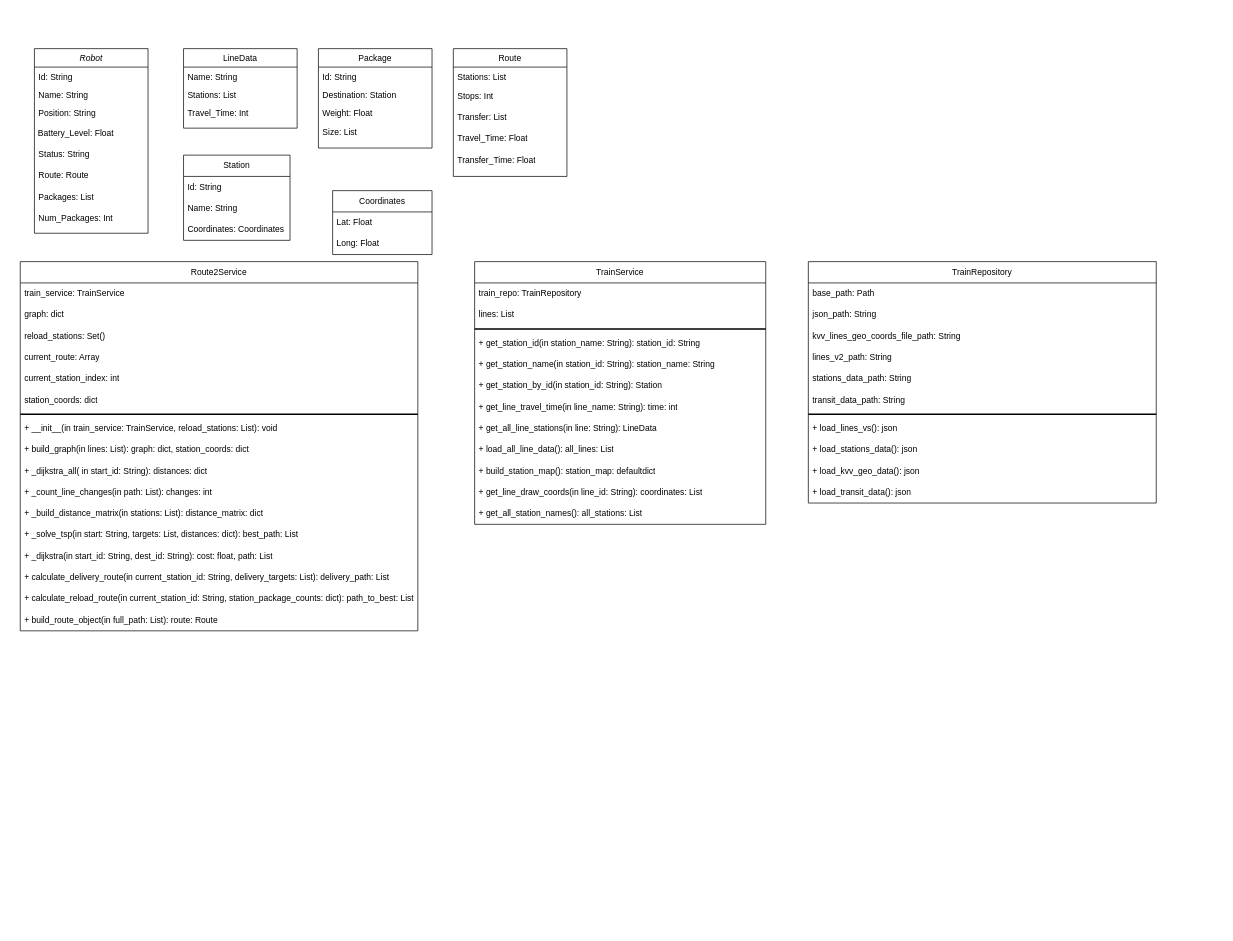
This is Untitled Diagram.drawio from sammywestside/regioKArgoTramTrain, a draw.io file, before an edit. Source tidied: cells renumbered, new cells numbered last; positions are measured from the earlier drawing's top-left corner, leaving out a move shared by most shapes. Both pictures are drawn from the tidied source at 71%, with x=0, y=0 at pixel (20, 48).
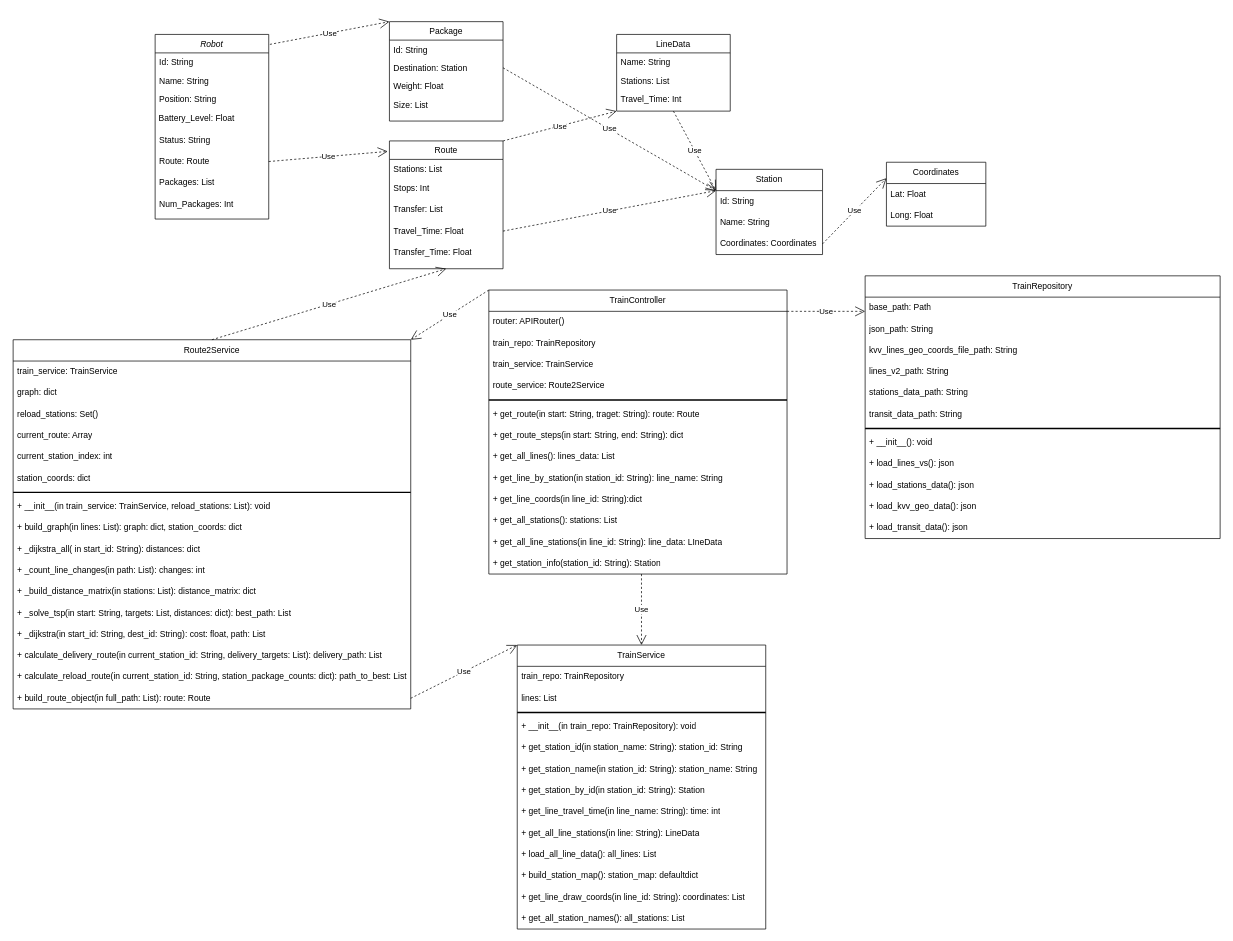
After the change.

Unchanged cells that the change refers to:
```xml
<mxCell id="8" value="Route: Route" style="text;strokeColor=none;fillColor=none;align=left;verticalAlign=middle;spacingLeft=4;spacingRight=4;overflow=hidden;points=[[0,0.5],[1,0.5]];portConstraint=eastwest;whiteSpace=wrap;html=1;" parent="2" vertex="1">
  <mxGeometry y="164" width="160" height="30" as="geometry" />
</mxCell>
<mxCell id="13" value="Destination: Station" style="text;align=left;verticalAlign=top;spacingLeft=4;spacingRight=4;overflow=hidden;points=[[0,0.5],[1,0.5]];portConstraint=eastwest;rounded=0;shadow=0;html=0;" parent="11" vertex="1">
  <mxGeometry y="52" width="160" height="26" as="geometry" />
</mxCell>
<mxCell id="20" value="Travel_Time: Float" style="text;strokeColor=none;fillColor=none;align=left;verticalAlign=middle;spacingLeft=4;spacingRight=4;overflow=hidden;points=[[0,0.5],[1,0.5]];portConstraint=eastwest;whiteSpace=wrap;html=1;" parent="16" vertex="1">
  <mxGeometry y="112" width="160" height="30" as="geometry" />
</mxCell>
<mxCell id="50" value="+ build_route_object(in full_path: List): route: Route" style="text;strokeColor=none;fillColor=none;align=left;verticalAlign=middle;spacingLeft=4;spacingRight=4;overflow=hidden;points=[[0,0.5],[1,0.5]];portConstraint=eastwest;whiteSpace=wrap;html=1;" parent="33" vertex="1">
  <mxGeometry y="490" width="560" height="30" as="geometry" />
</mxCell>
```

What changed in the source:
```diff
@@
     <mxCell id="2" value="Robot" style="swimlane;fontStyle=2;align=center;verticalAlign=top;horizontal=1;startSize=26;rounded=0;shadow=0;strokeWidth=1;" parent="1" vertex="1">
-      <mxGeometry x="20" width="160" height="260" as="geometry" />
+      <mxGeometry x="190" y="-20" width="160" height="260" as="geometry" />
     </mxCell>
@@
     <mxCell id="11" value="Package" style="swimlane;fontStyle=0;align=center;verticalAlign=top;horizontal=1;startSize=26;rounded=0;shadow=0;strokeWidth=1;" parent="1" vertex="1">
-      <mxGeometry x="420" width="160" height="140" as="geometry" />
+      <mxGeometry x="520" y="-38" width="160" height="140" as="geometry" />
     </mxCell>
@@
     <mxCell id="16" value="Route" style="swimlane;fontStyle=0;align=center;verticalAlign=top;horizontal=1;startSize=26;rounded=0;shadow=0;strokeWidth=1;" parent="1" vertex="1">
-      <mxGeometry x="610" width="160" height="180" as="geometry" />
+      <mxGeometry x="520" y="130" width="160" height="180" as="geometry" />
     </mxCell>
@@
     <mxCell id="22" value="LineData" style="swimlane;fontStyle=0;align=center;verticalAlign=top;horizontal=1;startSize=26;rounded=0;shadow=0;strokeWidth=1;" parent="1" vertex="1">
-      <mxGeometry x="230" width="160" height="112" as="geometry" />
+      <mxGeometry x="840" y="-20" width="160" height="108" as="geometry" />
     </mxCell>
@@
-    <mxCell id="26" value="Station" style="swimlane;fontStyle=0;horizontal=1;startSize=30;whiteSpace=wrap;html=1;" parent="1" vertex="1">
-      <mxGeometry x="230" y="150" width="150" height="120" as="geometry" />
-    </mxCell>
-    <mxCell id="27" value="Id: String" style="text;strokeColor=none;fillColor=none;align=left;verticalAlign=middle;spacingLeft=4;spacingRight=4;overflow=hidden;whiteSpace=wrap;html=1;" parent="26" vertex="1">
-      <mxGeometry y="30" width="150" height="30" as="geometry" />
-    </mxCell>
-    <mxCell id="28" value="Name: String" style="text;strokeColor=none;fillColor=none;align=left;verticalAlign=middle;spacingLeft=4;spacingRight=4;overflow=hidden;whiteSpace=wrap;html=1;" parent="26" vertex="1">
-      <mxGeometry y="60" width="150" height="30" as="geometry" />
-    </mxCell>
-    <mxCell id="29" value="Coordinates: Coordinates" style="text;strokeColor=none;fillColor=none;align=left;verticalAlign=middle;spacingLeft=4;spacingRight=4;overflow=hidden;points=[[0,0.5],[1,0.5]];portConstraint=eastwest;whiteSpace=wrap;html=1;" parent="26" vertex="1">
-      <mxGeometry y="90" width="150" height="30" as="geometry" />
-    </mxCell>
     <mxCell id="30" value="Coordinates" style="swimlane;fontStyle=0;horizontal=1;startSize=30;whiteSpace=wrap;html=1;" parent="1" vertex="1">
-      <mxGeometry x="440" y="200" width="140" height="90" as="geometry" />
+      <mxGeometry x="1220" y="160" width="140" height="90" as="geometry" />
     </mxCell>
@@
     <mxCell id="33" value="Route2Service" style="swimlane;fontStyle=0;horizontal=1;startSize=30;whiteSpace=wrap;html=1;" parent="1" vertex="1">
-      <mxGeometry y="300" width="560" height="520" as="geometry" />
+      <mxGeometry x="-10" y="410" width="560" height="520" as="geometry" />
     </mxCell>
@@
     <mxCell id="51" value="TrainService" style="swimlane;fontStyle=0;horizontal=1;startSize=30;whiteSpace=wrap;html=1;" parent="1" vertex="1">
-      <mxGeometry x="640" y="300" width="410" height="370" as="geometry" />
+      <mxGeometry x="700" y="840" width="350" height="400" as="geometry" />
     </mxCell>
     <mxCell id="52" value="train_repo: TrainRepository" style="text;strokeColor=none;fillColor=none;align=left;verticalAlign=middle;spacingLeft=4;spacingRight=4;overflow=hidden;whiteSpace=wrap;html=1;" parent="51" vertex="1">
-      <mxGeometry y="30" width="410" height="30" as="geometry" />
+      <mxGeometry y="30" width="350" height="30" as="geometry" />
     </mxCell>
     <mxCell id="53" value="lines: List" style="text;strokeColor=none;fillColor=none;align=left;verticalAlign=middle;spacingLeft=4;spacingRight=4;overflow=hidden;whiteSpace=wrap;html=1;" parent="51" vertex="1">
-      <mxGeometry y="60" width="410" height="30" as="geometry" />
+      <mxGeometry y="60" width="350" height="30" as="geometry" />
     </mxCell>
     <mxCell id="54" style="line;strokeWidth=2;html=1;" parent="51" vertex="1">
-      <mxGeometry y="90" width="410" height="10" as="geometry" />
+      <mxGeometry y="90" width="350" height="10" as="geometry" />
     </mxCell>
+    <mxCell id="76" value="+ __init__(in train_repo: TrainRepository): void" style="text;strokeColor=none;fillColor=none;align=left;verticalAlign=middle;spacingLeft=4;spacingRight=4;overflow=hidden;whiteSpace=wrap;html=1;" parent="51" vertex="1">
+      <mxGeometry y="100" width="350" height="30" as="geometry" />
+    </mxCell>
     <mxCell id="55" value="+ get_station_id(in station_name: String): station_id: String" style="text;strokeColor=none;fillColor=none;align=left;verticalAlign=middle;spacingLeft=4;spacingRight=4;overflow=hidden;whiteSpace=wrap;html=1;" parent="51" vertex="1">
-      <mxGeometry y="100" width="410" height="30" as="geometry" />
+      <mxGeometry y="130" width="350" height="30" as="geometry" />
     </mxCell>
     <mxCell id="56" value="+ get_station_name(in station_id: String): station_name: String" style="text;strokeColor=none;fillColor=none;align=left;verticalAlign=middle;spacingLeft=4;spacingRight=4;overflow=hidden;whiteSpace=wrap;html=1;" parent="51" vertex="1">
-      <mxGeometry y="130" width="410" height="30" as="geometry" />
+      <mxGeometry y="160" width="350" height="30" as="geometry" />
     </mxCell>
     <mxCell id="57" value="+ get_station_by_id(in station_id: String): Station" style="text;strokeColor=none;fillColor=none;align=left;verticalAlign=middle;spacingLeft=4;spacingRight=4;overflow=hidden;whiteSpace=wrap;html=1;" parent="51" vertex="1">
-      <mxGeometry y="160" width="410" height="30" as="geometry" />
+      <mxGeometry y="190" width="350" height="30" as="geometry" />
     </mxCell>
     <mxCell id="58" value="+ get_line_travel_time(in line_name: String): time: int" style="text;strokeColor=none;fillColor=none;align=left;verticalAlign=middle;spacingLeft=4;spacingRight=4;overflow=hidden;whiteSpace=wrap;html=1;" parent="51" vertex="1">
-      <mxGeometry y="190" width="410" height="30" as="geometry" />
+      <mxGeometry y="220" width="350" height="30" as="geometry" />
     </mxCell>
     <mxCell id="59" value="+ get_all_line_stations(in line: String): LineData" style="text;strokeColor=none;fillColor=none;align=left;verticalAlign=middle;spacingLeft=4;spacingRight=4;overflow=hidden;whiteSpace=wrap;html=1;" parent="51" vertex="1">
-      <mxGeometry y="220" width="410" height="30" as="geometry" />
+      <mxGeometry y="250" width="350" height="30" as="geometry" />
     </mxCell>
     <mxCell id="60" value="+ load_all_line_data(): all_lines: List" style="text;strokeColor=none;fillColor=none;align=left;verticalAlign=middle;spacingLeft=4;spacingRight=4;overflow=hidden;whiteSpace=wrap;html=1;" parent="51" vertex="1">
-      <mxGeometry y="250" width="410" height="30" as="geometry" />
+      <mxGeometry y="280" width="350" height="30" as="geometry" />
     </mxCell>
     <mxCell id="61" value="+ build_station_map(): station_map: defaultdict" style="text;strokeColor=none;fillColor=none;align=left;verticalAlign=middle;spacingLeft=4;spacingRight=4;overflow=hidden;whiteSpace=wrap;html=1;" parent="51" vertex="1">
-      <mxGeometry y="280" width="410" height="30" as="geometry" />
+      <mxGeometry y="310" width="350" height="30" as="geometry" />
     </mxCell>
     <mxCell id="62" value="+ get_line_draw_coords(in line_id: String): coordinates: List" style="text;strokeColor=none;fillColor=none;align=left;verticalAlign=middle;spacingLeft=4;spacingRight=4;overflow=hidden;whiteSpace=wrap;html=1;" parent="51" vertex="1">
-      <mxGeometry y="310" width="410" height="30" as="geometry" />
+      <mxGeometry y="340" width="350" height="30" as="geometry" />
     </mxCell>
     <mxCell id="63" value="+ get_all_station_names(): all_stations: List" style="text;strokeColor=none;fillColor=none;align=left;verticalAlign=middle;spacingLeft=4;spacingRight=4;overflow=hidden;whiteSpace=wrap;html=1;" parent="51" vertex="1">
-      <mxGeometry y="340" width="410" height="30" as="geometry" />
+      <mxGeometry y="370" width="350" height="30" as="geometry" />
     </mxCell>
     <mxCell id="64" value="TrainRepository" style="swimlane;fontStyle=0;horizontal=1;startSize=30;whiteSpace=wrap;html=1;" parent="1" vertex="1">
-      <mxGeometry x="1110" y="300" width="490" height="340" as="geometry" />
+      <mxGeometry x="1190" y="320" width="500" height="370" as="geometry" />
     </mxCell>
     <mxCell id="65" value="base_path: Path" style="text;strokeColor=none;fillColor=none;align=left;verticalAlign=middle;spacingLeft=4;spacingRight=4;overflow=hidden;whiteSpace=wrap;html=1;" parent="64" vertex="1">
-      <mxGeometry y="30" width="490" height="30" as="geometry" />
+      <mxGeometry y="30" width="500" height="30" as="geometry" />
     </mxCell>
     <mxCell id="66" value="json_path: String" style="text;strokeColor=none;fillColor=none;align=left;verticalAlign=middle;spacingLeft=4;spacingRight=4;overflow=hidden;whiteSpace=wrap;html=1;" parent="64" vertex="1">
-      <mxGeometry y="60" width="490" height="30" as="geometry" />
+      <mxGeometry y="60" width="500" height="30" as="geometry" />
     </mxCell>
     <mxCell id="67" value="&lt;div&gt;kvv_lines_geo_coords_file_path: String&lt;/div&gt;" style="text;strokeColor=none;fillColor=none;align=left;verticalAlign=middle;spacingLeft=4;spacingRight=4;overflow=hidden;whiteSpace=wrap;html=1;" parent="64" vertex="1">
-      <mxGeometry y="90" width="490" height="30" as="geometry" />
+      <mxGeometry y="90" width="500" height="30" as="geometry" />
     </mxCell>
     <mxCell id="68" value="lines_v2_path: String" style="text;strokeColor=none;fillColor=none;align=left;verticalAlign=middle;spacingLeft=4;spacingRight=4;overflow=hidden;whiteSpace=wrap;html=1;" parent="64" vertex="1">
-      <mxGeometry y="120" width="490" height="30" as="geometry" />
+      <mxGeometry y="120" width="500" height="30" as="geometry" />
     </mxCell>
     <mxCell id="69" value="stations_data_path: String" style="text;strokeColor=none;fillColor=none;align=left;verticalAlign=middle;spacingLeft=4;spacingRight=4;overflow=hidden;whiteSpace=wrap;html=1;" parent="64" vertex="1">
-      <mxGeometry y="150" width="490" height="30" as="geometry" />
+      <mxGeometry y="150" width="500" height="30" as="geometry" />
     </mxCell>
     <mxCell id="70" value="transit_data_path: String" style="text;strokeColor=none;fillColor=none;align=left;verticalAlign=middle;spacingLeft=4;spacingRight=4;overflow=hidden;whiteSpace=wrap;html=1;" parent="64" vertex="1">
-      <mxGeometry y="180" width="490" height="30" as="geometry" />
+      <mxGeometry y="180" width="500" height="30" as="geometry" />
     </mxCell>
     <mxCell id="71" style="line;strokeWidth=2;html=1;" parent="64" vertex="1">
-      <mxGeometry y="210" width="490" height="10" as="geometry" />
+      <mxGeometry y="210" width="500" height="10" as="geometry" />
     </mxCell>
+    <mxCell id="77" value="+ __init__(): void " style="text;strokeColor=none;fillColor=none;align=left;verticalAlign=middle;spacingLeft=4;spacingRight=4;overflow=hidden;whiteSpace=wrap;html=1;" parent="64" vertex="1">
+      <mxGeometry y="220" width="500" height="30" as="geometry" />
+    </mxCell>
     <mxCell id="72" value="&lt;div&gt;+ load_lines_vs(): json&lt;/div&gt;" style="text;strokeColor=none;fillColor=none;align=left;verticalAlign=middle;spacingLeft=4;spacingRight=4;overflow=hidden;whiteSpace=wrap;html=1;" parent="64" vertex="1">
-      <mxGeometry y="220" width="490" height="30" as="geometry" />
+      <mxGeometry y="250" width="500" height="30" as="geometry" />
     </mxCell>
     <mxCell id="73" value="+ load_stations_data(): json" style="text;strokeColor=none;fillColor=none;align=left;verticalAlign=middle;spacingLeft=4;spacingRight=4;overflow=hidden;whiteSpace=wrap;html=1;" parent="64" vertex="1">
-      <mxGeometry y="250" width="490" height="30" as="geometry" />
+      <mxGeometry y="280" width="500" height="30" as="geometry" />
     </mxCell>
     <mxCell id="74" value="+ load_kvv_geo_data(): json" style="text;strokeColor=none;fillColor=none;align=left;verticalAlign=middle;spacingLeft=4;spacingRight=4;overflow=hidden;whiteSpace=wrap;html=1;" parent="64" vertex="1">
-      <mxGeometry y="280" width="490" height="30" as="geometry" />
+      <mxGeometry y="310" width="500" height="30" as="geometry" />
     </mxCell>
     <mxCell id="75" value="+ load_transit_data(): json" style="text;strokeColor=none;fillColor=none;align=left;verticalAlign=middle;spacingLeft=4;spacingRight=4;overflow=hidden;whiteSpace=wrap;html=1;" parent="64" vertex="1">
-      <mxGeometry y="310" width="490" height="30" as="geometry" />
+      <mxGeometry y="340" width="500" height="30" as="geometry" />
     </mxCell>
+    <mxCell id="78" value="TrainController" style="swimlane;fontStyle=0;horizontal=1;startSize=30;whiteSpace=wrap;html=1;" parent="1" vertex="1">
+      <mxGeometry x="660" y="340" width="420" height="400" as="geometry" />
+    </mxCell>
+    <mxCell id="79" value="router: APIRouter()" style="text;strokeColor=none;fillColor=none;align=left;verticalAlign=middle;spacingLeft=4;spacingRight=4;overflow=hidden;whiteSpace=wrap;html=1;" parent="78" vertex="1">
+      <mxGeometry y="30" width="420" height="30" as="geometry" />
+    </mxCell>
+    <mxCell id="80" value="train_repo: TrainRepository" style="text;strokeColor=none;fillColor=none;align=left;verticalAlign=middle;spacingLeft=4;spacingRight=4;overflow=hidden;whiteSpace=wrap;html=1;" parent="78" vertex="1">
+      <mxGeometry y="60" width="420" height="30" as="geometry" />
+    </mxCell>
+    <mxCell id="81" value="train_service: TrainService" style="text;strokeColor=none;fillColor=none;align=left;verticalAlign=middle;spacingLeft=4;spacingRight=4;overflow=hidden;whiteSpace=wrap;html=1;" parent="78" vertex="1">
+      <mxGeometry y="90" width="420" height="30" as="geometry" />
+    </mxCell>
+    <mxCell id="82" value="route_service: Route2Service" style="text;strokeColor=none;fillColor=none;align=left;verticalAlign=middle;spacingLeft=4;spacingRight=4;overflow=hidden;whiteSpace=wrap;html=1;" parent="78" vertex="1">
+      <mxGeometry y="120" width="420" height="30" as="geometry" />
+    </mxCell>
+    <mxCell id="83" style="line;strokeWidth=2;html=1;" parent="78" vertex="1">
+      <mxGeometry y="150" width="420" height="10" as="geometry" />
+    </mxCell>
+    <mxCell id="84" value="+ get_route(in start: String, traget: String): route: Route" style="text;strokeColor=none;fillColor=none;align=left;verticalAlign=middle;spacingLeft=4;spacingRight=4;overflow=hidden;whiteSpace=wrap;html=1;" parent="78" vertex="1">
+      <mxGeometry y="160" width="420" height="30" as="geometry" />
+    </mxCell>
+    <mxCell id="85" value="+ get_route_steps(in start: String, end: String): dict" style="text;strokeColor=none;fillColor=none;align=left;verticalAlign=middle;spacingLeft=4;spacingRight=4;overflow=hidden;whiteSpace=wrap;html=1;" parent="78" vertex="1">
+      <mxGeometry y="190" width="420" height="30" as="geometry" />
+    </mxCell>
+    <mxCell id="86" value="+ get_all_lines(): lines_data: List" style="text;strokeColor=none;fillColor=none;align=left;verticalAlign=middle;spacingLeft=4;spacingRight=4;overflow=hidden;whiteSpace=wrap;html=1;" parent="78" vertex="1">
+      <mxGeometry y="220" width="420" height="30" as="geometry" />
+    </mxCell>
+    <mxCell id="87" value="+ get_line_by_station(in station_id: String): line_name: String" style="text;strokeColor=none;fillColor=none;align=left;verticalAlign=middle;spacingLeft=4;spacingRight=4;overflow=hidden;whiteSpace=wrap;html=1;" parent="78" vertex="1">
+      <mxGeometry y="250" width="420" height="30" as="geometry" />
+    </mxCell>
+    <mxCell id="88" value="&lt;div&gt;+ get_line_coords(in line_id: String):dict&lt;/div&gt;" style="text;strokeColor=none;fillColor=none;align=left;verticalAlign=middle;spacingLeft=4;spacingRight=4;overflow=hidden;whiteSpace=wrap;html=1;" parent="78" vertex="1">
+      <mxGeometry y="280" width="420" height="30" as="geometry" />
+    </mxCell>
+    <mxCell id="89" value="+ get_all_stations(): stations: List" style="text;strokeColor=none;fillColor=none;align=left;verticalAlign=middle;spacingLeft=4;spacingRight=4;overflow=hidden;whiteSpace=wrap;html=1;" parent="78" vertex="1">
+      <mxGeometry y="310" width="420" height="30" as="geometry" />
+    </mxCell>
+    <mxCell id="90" value="+ get_all_line_stations(in line_id: String): line_data: LIneData" style="text;strokeColor=none;fillColor=none;align=left;verticalAlign=middle;spacingLeft=4;spacingRight=4;overflow=hidden;whiteSpace=wrap;html=1;" parent="78" vertex="1">
+      <mxGeometry y="340" width="420" height="30" as="geometry" />
+    </mxCell>
+    <mxCell id="91" value="+ get_station_info(station_id: String): Station" style="text;strokeColor=none;fillColor=none;align=left;verticalAlign=middle;spacingLeft=4;spacingRight=4;overflow=hidden;whiteSpace=wrap;html=1;" parent="78" vertex="1">
+      <mxGeometry y="370" width="420" height="30" as="geometry" />
+    </mxCell>
+    <mxCell id="92" value="Use" style="endArrow=open;endSize=12;dashed=1;html=1;rounded=0;exitX=1;exitY=0.5;exitDx=0;exitDy=0;entryX=0;entryY=0;entryDx=0;entryDy=0;" parent="1" edge="1" source="50" target="51">
+      <mxGeometry relative="1" as="geometry" />
+    </mxCell>
+    <mxCell id="93" value="Use" style="endArrow=open;endSize=12;dashed=1;html=1;rounded=0;" parent="1" edge="1">
+      <mxGeometry relative="1" as="geometry">
+        <mxPoint x="1080" y="370" as="sourcePoint" />
+        <mxPoint x="1190" y="370" as="targetPoint" />
+      </mxGeometry>
+    </mxCell>
+    <mxCell id="94" value="Use" style="endArrow=open;endSize=12;dashed=1;html=1;rounded=0;entryX=0.5;entryY=0;entryDx=0;entryDy=0;" parent="1" edge="1" target="51">
+      <mxGeometry relative="1" as="geometry">
+        <mxPoint x="875" y="740" as="sourcePoint" />
+      </mxGeometry>
+    </mxCell>
+    <mxCell id="95" value="Use" style="endArrow=open;endSize=12;dashed=1;html=1;rounded=0;exitX=0;exitY=0;exitDx=0;exitDy=0;entryX=1;entryY=0;entryDx=0;entryDy=0;" parent="1" edge="1" source="78" target="33">
+      <mxGeometry relative="1" as="geometry" />
+    </mxCell>
+    <mxCell id="26" value="Station" style="swimlane;fontStyle=0;horizontal=1;startSize=30;whiteSpace=wrap;html=1;" parent="1" vertex="1">
+      <mxGeometry x="980" y="170" width="150" height="120" as="geometry" />
+    </mxCell>
+    <mxCell id="27" value="Id: String" style="text;strokeColor=none;fillColor=none;align=left;verticalAlign=middle;spacingLeft=4;spacingRight=4;overflow=hidden;whiteSpace=wrap;html=1;" parent="26" vertex="1">
+      <mxGeometry y="30" width="150" height="30" as="geometry" />
+    </mxCell>
+    <mxCell id="28" value="Name: String" style="text;strokeColor=none;fillColor=none;align=left;verticalAlign=middle;spacingLeft=4;spacingRight=4;overflow=hidden;whiteSpace=wrap;html=1;" parent="26" vertex="1">
+      <mxGeometry y="60" width="150" height="30" as="geometry" />
+    </mxCell>
+    <mxCell id="29" value="Coordinates: Coordinates" style="text;strokeColor=none;fillColor=none;align=left;verticalAlign=middle;spacingLeft=4;spacingRight=4;overflow=hidden;points=[[0,0.5],[1,0.5]];portConstraint=eastwest;whiteSpace=wrap;html=1;" parent="26" vertex="1">
+      <mxGeometry y="90" width="150" height="30" as="geometry" />
+    </mxCell>
+    <mxCell id="96" value="Use" style="endArrow=open;endSize=12;dashed=1;html=1;rounded=0;entryX=0;entryY=0.25;entryDx=0;entryDy=0;exitX=1;exitY=0.5;exitDx=0;exitDy=0;" parent="1" edge="1" source="29" target="30">
+      <mxGeometry relative="1" as="geometry" />
+    </mxCell>
+    <mxCell id="97" value="Use" style="endArrow=open;endSize=12;dashed=1;html=1;rounded=0;entryX=0;entryY=0.25;entryDx=0;entryDy=0;exitX=1;exitY=0.5;exitDx=0;exitDy=0;" parent="1" edge="1" source="13" target="26">
+      <mxGeometry relative="1" as="geometry" />
+    </mxCell>
+    <mxCell id="98" value="Use" style="endArrow=open;endSize=12;dashed=1;html=1;rounded=0;exitX=1;exitY=0.5;exitDx=0;exitDy=0;entryX=-0.015;entryY=0.082;entryDx=0;entryDy=0;entryPerimeter=0;" parent="1" edge="1" source="8" target="16">
+      <mxGeometry relative="1" as="geometry" />
+    </mxCell>
+    <mxCell id="99" value="Use" style="endArrow=open;endSize=12;dashed=1;html=1;rounded=0;exitX=0.5;exitY=0;exitDx=0;exitDy=0;entryX=0.5;entryY=1;entryDx=0;entryDy=0;" parent="1" edge="1" source="33" target="16">
+      <mxGeometry relative="1" as="geometry" />
+    </mxCell>
+    <mxCell id="100" value="Use" style="endArrow=open;endSize=12;dashed=1;html=1;rounded=0;exitX=0.5;exitY=1;exitDx=0;exitDy=0;entryX=0;entryY=0.25;entryDx=0;entryDy=0;" parent="1" edge="1" source="22" target="26">
+      <mxGeometry relative="1" as="geometry" />
+    </mxCell>
+    <mxCell id="101" value="Use" style="endArrow=open;endSize=12;dashed=1;html=1;rounded=0;entryX=0;entryY=1;entryDx=0;entryDy=0;exitX=1;exitY=0;exitDx=0;exitDy=0;" parent="1" edge="1" source="16" target="22">
+      <mxGeometry relative="1" as="geometry" />
+    </mxCell>
+    <mxCell id="102" value="Use" style="endArrow=open;endSize=12;dashed=1;html=1;rounded=0;entryX=0;entryY=0;entryDx=0;entryDy=0;exitX=1.01;exitY=0.054;exitDx=0;exitDy=0;exitPerimeter=0;" parent="1" edge="1" source="2" target="11">
+      <mxGeometry relative="1" as="geometry" />
+    </mxCell>
+    <mxCell id="103" value="Use" style="endArrow=open;endSize=12;dashed=1;html=1;rounded=0;exitX=1;exitY=0.5;exitDx=0;exitDy=0;entryX=0;entryY=0.25;entryDx=0;entryDy=0;" parent="1" edge="1" source="20" target="26">
+      <mxGeometry relative="1" as="geometry" />
+    </mxCell>
```
